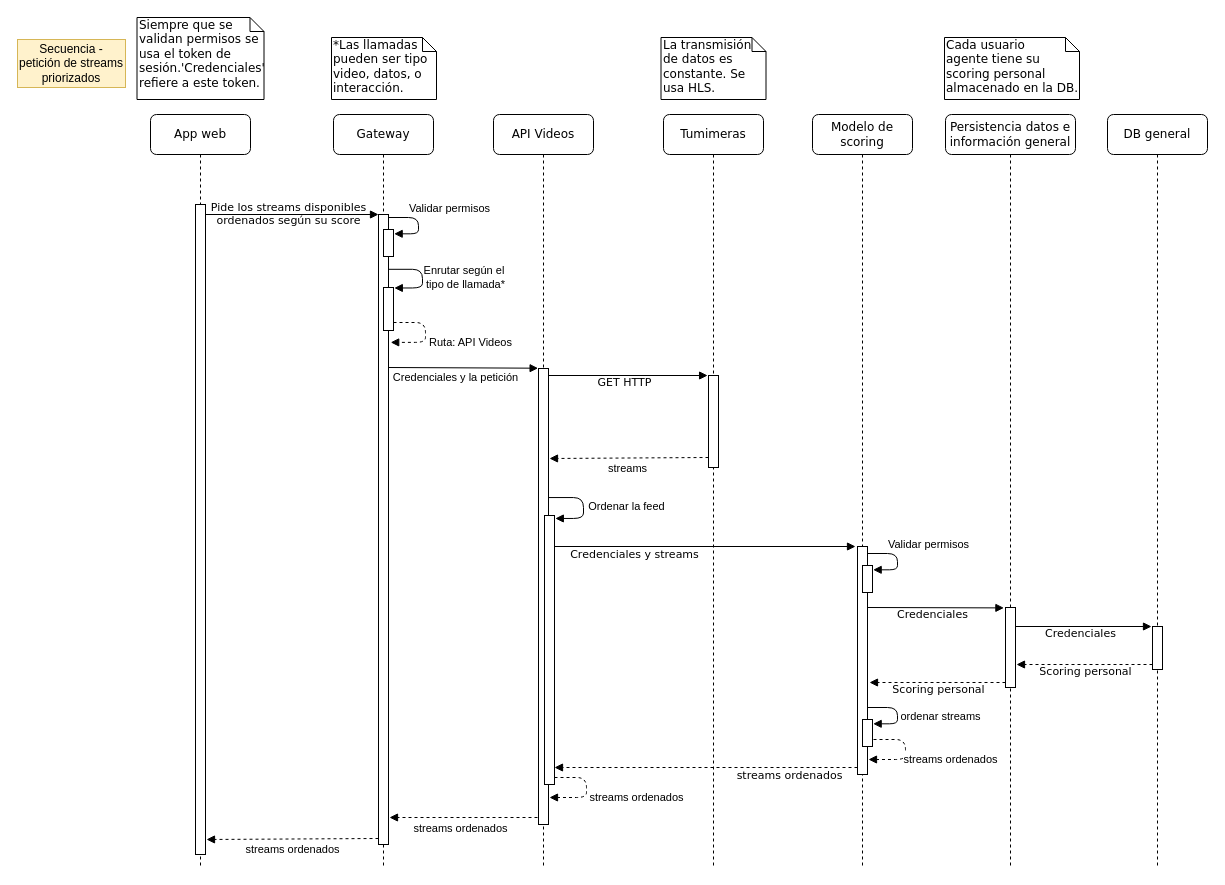
Before: Documentación de la arquitectura/Diagramas/Editables-drawio/Diagrama-de-secuencia-streams-priorizados.drawio in LIMoreno04/Caso-de-estudio---WolfSys---Arquitectura, a draw.io diagram. Source tidied: cells renumbered, new cells numbered last; positions are measured from the earlier drawing's top-left corner, leaving out a move shared by most shapes. Both pictures are drawn from the tidied source at 100%, with x=0, y=0 at pixel (17, 17).
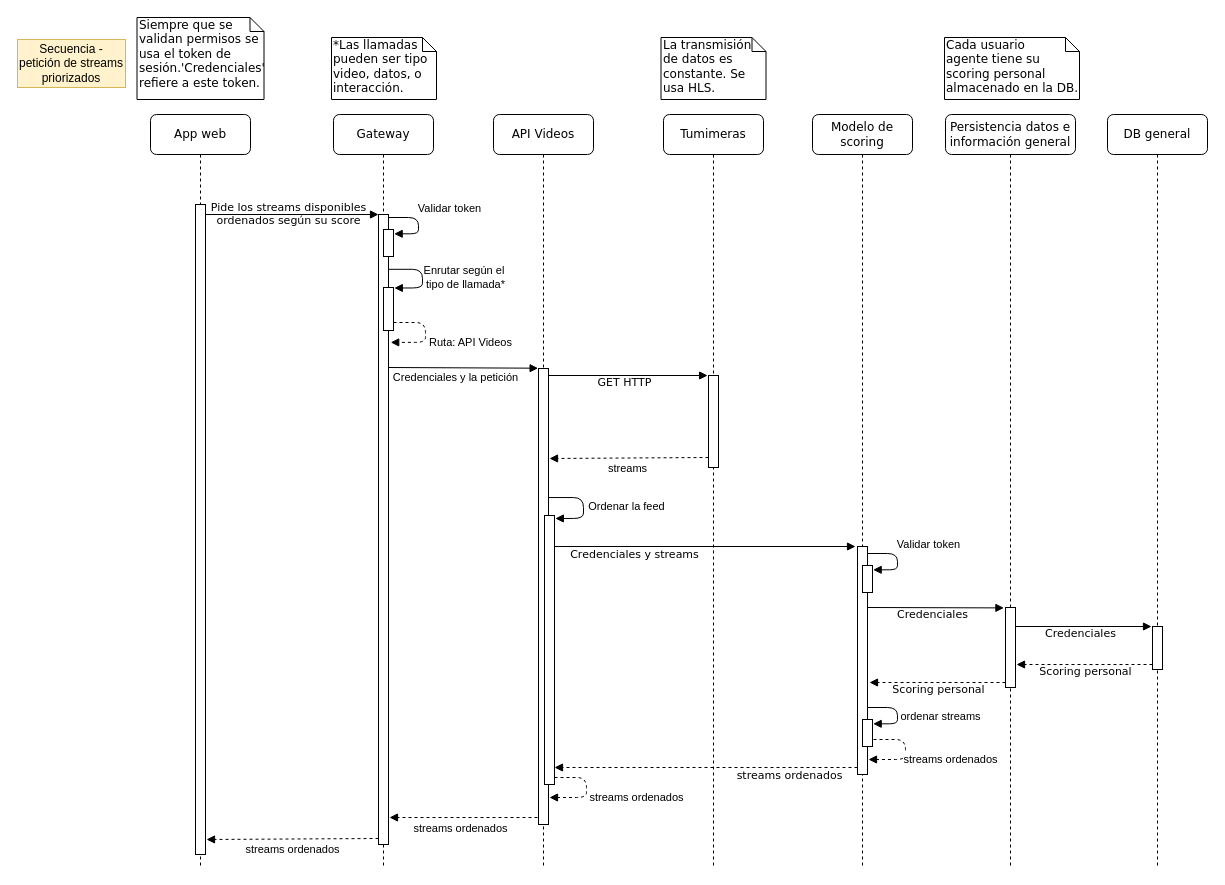
The same page after the edit.

The change refers to these unchanged cells:
```xml
<mxCell id="34" style="html=1;verticalAlign=bottom;endArrow=block;labelBackgroundColor=none;fontFamily=Verdana;fontSize=12;edgeStyle=elbowEdgeStyle;elbow=horizontal;entryX=1.067;entryY=0.16;entryDx=0;entryDy=0;entryPerimeter=0;" parent="1" edge="1" target="33">
  <mxGeometry x="-0.04" y="-17" relative="1" as="geometry">
    <mxPoint x="371" y="200" as="sourcePoint" />
    <Array as="points">
      <mxPoint x="401" y="210" />
    </Array>
  </mxGeometry>
</mxCell>
<mxCell id="50" style="html=1;verticalAlign=bottom;endArrow=block;labelBackgroundColor=none;fontFamily=Verdana;fontSize=12;edgeStyle=elbowEdgeStyle;elbow=horizontal;entryX=1.067;entryY=0.16;entryDx=0;entryDy=0;entryPerimeter=0;" parent="1" edge="1" target="49">
  <mxGeometry x="-0.04" y="-17" relative="1" as="geometry">
    <mxPoint x="850" y="536" as="sourcePoint" />
    <Array as="points">
      <mxPoint x="880" y="546" />
    </Array>
  </mxGeometry>
</mxCell>
```

What changed in the source:
```diff
@@
-    <mxCell id="35" value="Validar permisos" style="edgeLabel;html=1;align=center;verticalAlign=middle;" parent="34" vertex="1">
+    <mxCell id="35" value="Validar token" style="edgeLabel;html=1;align=center;verticalAlign=middle;" parent="34" vertex="1">
       <mxGeometry x="-0.27" relative="1" as="geometry">
         <mxPoint x="34" y="-10" as="offset" />
       </mxGeometry>
     </mxCell>
@@
-    <mxCell id="51" value="Validar permisos" style="edgeLabel;html=1;align=center;verticalAlign=middle;" parent="50" vertex="1">
+    <mxCell id="51" value="Validar token" style="edgeLabel;html=1;align=center;verticalAlign=middle;" parent="50" vertex="1">
       <mxGeometry x="-0.27" relative="1" as="geometry">
         <mxPoint x="34" y="-10" as="offset" />
       </mxGeometry>
     </mxCell>
```
